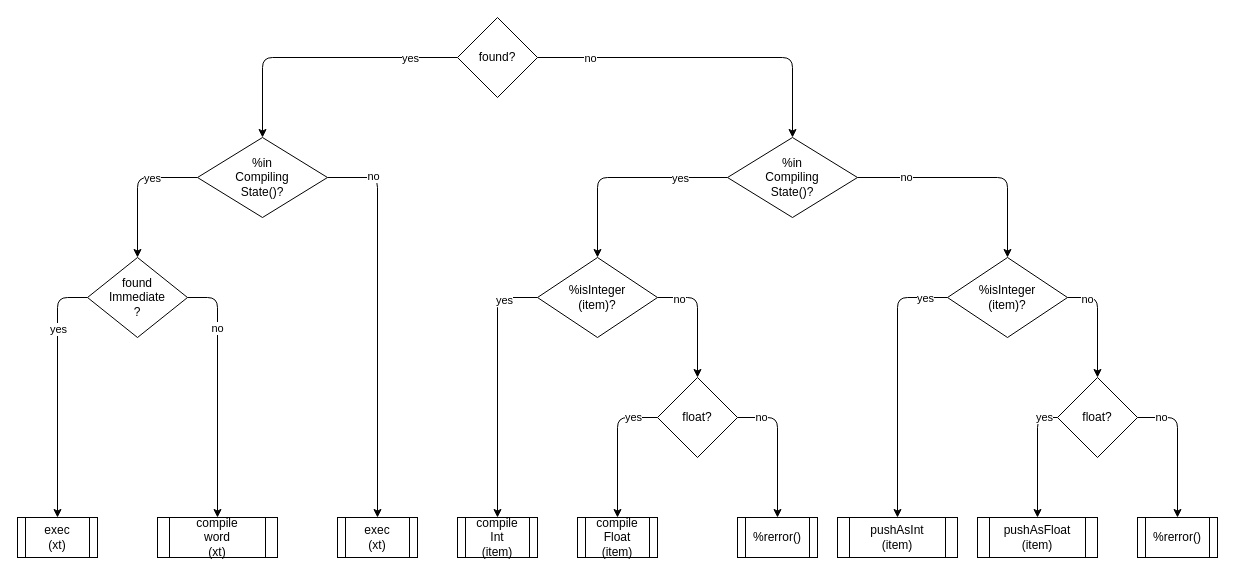
The draw.io diagram dtree/xinterpret.drawio in guitarvydas/frishc, before the edit. Source tidied: cells renumbered, new cells numbered last; positions are measured from the earlier drawing's top-left corner, leaving out a move shared by most shapes. Both pictures are drawn from the tidied source at 100%, with x=0, y=0 at pixel (17, 17).
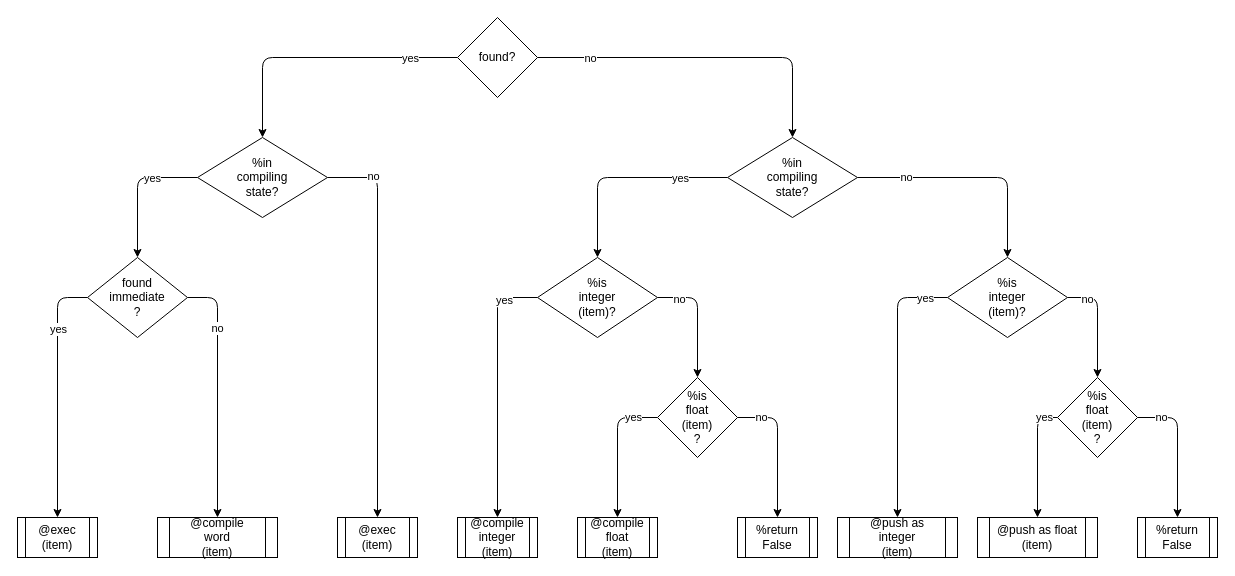
Above is the later version.

Change to the diagram source:
```diff
@@
-    <mxCell id="11" value="%in&lt;div&gt;Compiling&lt;/div&gt;&lt;div&gt;State()?&lt;/div&gt;" style="rhombus;whiteSpace=wrap;html=1;" parent="1" vertex="1">
+    <mxCell id="11" value="%in&lt;div&gt;compiling&lt;/div&gt;&lt;div&gt;state?&lt;/div&gt;" style="rhombus;whiteSpace=wrap;html=1;" parent="1" vertex="1">
       <mxGeometry x="180" y="120" width="130" height="80" as="geometry" />
     </mxCell>
@@
-    <mxCell id="16" value="%in&lt;div&gt;Compiling&lt;/div&gt;&lt;div&gt;State()?&lt;/div&gt;" style="rhombus;whiteSpace=wrap;html=1;" parent="1" vertex="1">
+    <mxCell id="16" value="%in&lt;div&gt;compiling&lt;/div&gt;&lt;div&gt;state?&lt;/div&gt;" style="rhombus;whiteSpace=wrap;html=1;" parent="1" vertex="1">
       <mxGeometry x="710" y="120" width="130" height="80" as="geometry" />
     </mxCell>
@@
-    <mxCell id="21" value="found&lt;div&gt;Immediate&lt;/div&gt;&lt;div&gt;?&lt;/div&gt;" style="rhombus;whiteSpace=wrap;html=1;" parent="1" vertex="1">
+    <mxCell id="21" value="found&lt;div&gt;immediate&lt;/div&gt;&lt;div&gt;?&lt;/div&gt;" style="rhombus;whiteSpace=wrap;html=1;" parent="1" vertex="1">
       <mxGeometry x="70" y="240" width="100" height="80" as="geometry" />
     </mxCell>
@@
-    <mxCell id="26" value="%isInteger&lt;div&gt;(item)?&lt;/div&gt;" style="rhombus;whiteSpace=wrap;html=1;" parent="1" vertex="1">
+    <mxCell id="26" value="%is&lt;div&gt;integer&lt;div&gt;(item)?&lt;/div&gt;&lt;/div&gt;" style="rhombus;whiteSpace=wrap;html=1;" parent="1" vertex="1">
       <mxGeometry x="930" y="240" width="120" height="80" as="geometry" />
     </mxCell>
@@
-    <mxCell id="31" value="float?" style="rhombus;whiteSpace=wrap;html=1;" parent="1" vertex="1">
+    <mxCell id="31" value="%is&lt;div&gt;float&lt;/div&gt;&lt;div&gt;(item)&lt;/div&gt;&lt;div&gt;?&lt;/div&gt;" style="rhombus;whiteSpace=wrap;html=1;" parent="1" vertex="1">
       <mxGeometry x="1040" y="360" width="80" height="80" as="geometry" />
     </mxCell>
@@
-    <mxCell id="36" value="%isInteger&lt;div&gt;(item)&lt;span style=&quot;background-color: transparent; color: light-dark(rgb(0, 0, 0), rgb(255, 255, 255));&quot;&gt;?&lt;/span&gt;&lt;/div&gt;" style="rhombus;whiteSpace=wrap;html=1;" parent="1" vertex="1">
+    <mxCell id="36" value="%is&lt;div&gt;integer&lt;div&gt;(item)&lt;span style=&quot;background-color: transparent; color: light-dark(rgb(0, 0, 0), rgb(255, 255, 255));&quot;&gt;?&lt;/span&gt;&lt;/div&gt;&lt;/div&gt;" style="rhombus;whiteSpace=wrap;html=1;" parent="1" vertex="1">
       <mxGeometry x="520" y="240" width="120" height="80" as="geometry" />
     </mxCell>
@@
-    <mxCell id="41" value="float?" style="rhombus;whiteSpace=wrap;html=1;" parent="1" vertex="1">
+    <mxCell id="41" value="%is&lt;div&gt;float&lt;/div&gt;&lt;div&gt;(item)&lt;/div&gt;&lt;div&gt;?&lt;/div&gt;" style="rhombus;whiteSpace=wrap;html=1;" parent="1" vertex="1">
       <mxGeometry x="640" y="360" width="80" height="80" as="geometry" />
     </mxCell>
-    <mxCell id="42" value="exec&lt;div&gt;(xt)&lt;/div&gt;" style="shape=process;whiteSpace=wrap;html=1;backgroundOutline=1;" parent="1" vertex="1">
+    <mxCell id="42" value="@exec&lt;div&gt;(item)&lt;/div&gt;" style="shape=process;whiteSpace=wrap;html=1;backgroundOutline=1;" parent="1" vertex="1">
       <mxGeometry y="500" width="80" height="40" as="geometry" />
     </mxCell>
-    <mxCell id="43" value="compile&lt;div&gt;word&lt;/div&gt;&lt;div&gt;(&lt;span style=&quot;background-color: transparent; color: light-dark(rgb(0, 0, 0), rgb(255, 255, 255));&quot;&gt;xt)&lt;/span&gt;&lt;/div&gt;" style="shape=process;whiteSpace=wrap;html=1;backgroundOutline=1;" parent="1" vertex="1">
+    <mxCell id="43" value="@compile&lt;div&gt;word&lt;/div&gt;&lt;div&gt;(item&lt;span style=&quot;background-color: transparent; color: light-dark(rgb(0, 0, 0), rgb(255, 255, 255));&quot;&gt;)&lt;/span&gt;&lt;/div&gt;" style="shape=process;whiteSpace=wrap;html=1;backgroundOutline=1;" parent="1" vertex="1">
       <mxGeometry x="140" y="500" width="120" height="40" as="geometry" />
     </mxCell>
-    <mxCell id="44" value="exec&lt;div&gt;(xt)&lt;/div&gt;" style="shape=process;whiteSpace=wrap;html=1;backgroundOutline=1;" parent="1" vertex="1">
+    <mxCell id="44" value="@exec&lt;div&gt;(item)&lt;/div&gt;" style="shape=process;whiteSpace=wrap;html=1;backgroundOutline=1;" parent="1" vertex="1">
       <mxGeometry x="320" y="500" width="80" height="40" as="geometry" />
     </mxCell>
-    <mxCell id="45" value="compile&lt;div&gt;Int&lt;/div&gt;&lt;div&gt;(item)&lt;/div&gt;" style="shape=process;whiteSpace=wrap;html=1;backgroundOutline=1;" parent="1" vertex="1">
+    <mxCell id="45" value="@compile&lt;div&gt;integer&lt;/div&gt;&lt;div&gt;(item)&lt;/div&gt;" style="shape=process;whiteSpace=wrap;html=1;backgroundOutline=1;" parent="1" vertex="1">
       <mxGeometry x="440" y="500" width="80" height="40" as="geometry" />
     </mxCell>
-    <mxCell id="46" value="compile&lt;div&gt;Float&lt;/div&gt;&lt;div&gt;(item)&lt;/div&gt;" style="shape=process;whiteSpace=wrap;html=1;backgroundOutline=1;" parent="1" vertex="1">
+    <mxCell id="46" value="@compile&lt;div&gt;float&lt;/div&gt;&lt;div&gt;(item)&lt;/div&gt;" style="shape=process;whiteSpace=wrap;html=1;backgroundOutline=1;" parent="1" vertex="1">
       <mxGeometry x="560" y="500" width="80" height="40" as="geometry" />
     </mxCell>
-    <mxCell id="47" value="%rerror()" style="shape=process;whiteSpace=wrap;html=1;backgroundOutline=1;" parent="1" vertex="1">
+    <mxCell id="47" value="%return False" style="shape=process;whiteSpace=wrap;html=1;backgroundOutline=1;" parent="1" vertex="1">
       <mxGeometry x="720" y="500" width="80" height="40" as="geometry" />
     </mxCell>
-    <mxCell id="48" value="pushAsInt&lt;div&gt;(item)&lt;/div&gt;" style="shape=process;whiteSpace=wrap;html=1;backgroundOutline=1;" parent="1" vertex="1">
+    <mxCell id="48" value="@push as integer&lt;div&gt;(item)&lt;/div&gt;" style="shape=process;whiteSpace=wrap;html=1;backgroundOutline=1;" parent="1" vertex="1">
       <mxGeometry x="820" y="500" width="120" height="40" as="geometry" />
     </mxCell>
-    <mxCell id="49" value="pushAsFloat&lt;div&gt;(item)&lt;/div&gt;" style="shape=process;whiteSpace=wrap;html=1;backgroundOutline=1;" parent="1" vertex="1">
+    <mxCell id="49" value="@push as float&lt;div&gt;(item)&lt;/div&gt;" style="shape=process;whiteSpace=wrap;html=1;backgroundOutline=1;" parent="1" vertex="1">
       <mxGeometry x="960" y="500" width="120" height="40" as="geometry" />
     </mxCell>
-    <mxCell id="50" value="%rerror()" style="shape=process;whiteSpace=wrap;html=1;backgroundOutline=1;" parent="1" vertex="1">
+    <mxCell id="50" value="%return False" style="shape=process;whiteSpace=wrap;html=1;backgroundOutline=1;" parent="1" vertex="1">
       <mxGeometry x="1120" y="500" width="80" height="40" as="geometry" />
     </mxCell>
```
